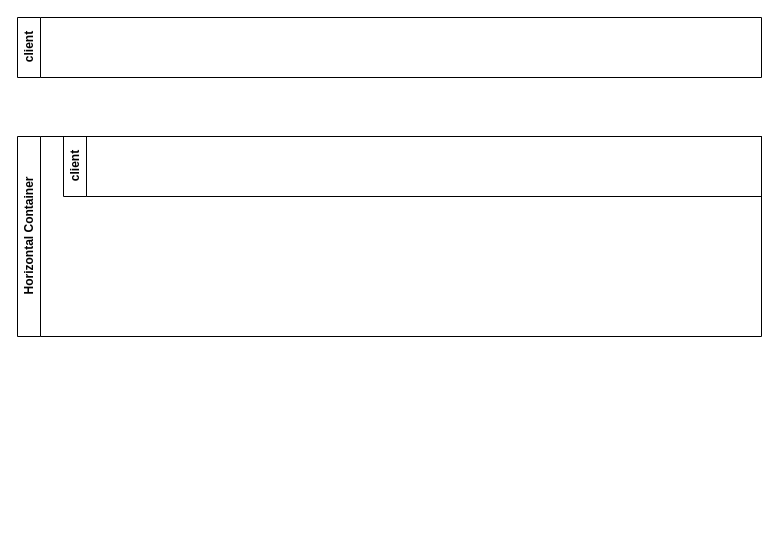
Earlier version of the draw.io diagram Untitled Diagram.drawio (jessekat01/Macro-Economics-US). Source tidied: cells renumbered, new cells numbered last; positions are measured from the earlier drawing's top-left corner, leaving out a move shared by most shapes. Both pictures are drawn from the tidied source at 100%, with x=0, y=0 at pixel (17, 17).
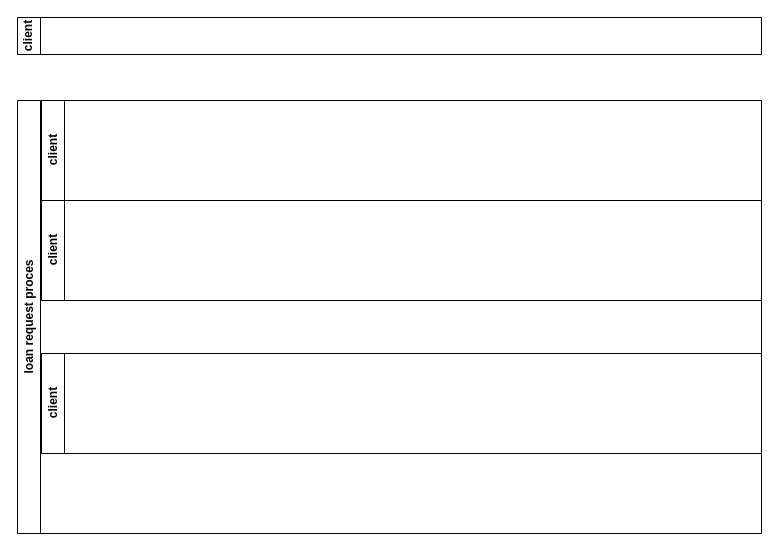
The same page after the edit.

What changed in the source:
```diff
@@
 <mxGraphModel>
   <root>
     <mxCell id="0" />
     <mxCell id="1" parent="0" />
     <mxCell id="2" value="client" style="swimlane;horizontal=0;whiteSpace=wrap;html=1;" parent="1" vertex="1" collapsed="1">
-      <mxGeometry width="744" height="60" as="geometry" />
+      <mxGeometry width="744" height="37" as="geometry" />
     </mxCell>
     <mxCell id="3" value="client" style="swimlane;horizontal=0;whiteSpace=wrap;html=1;" parent="1" vertex="1" collapsed="1">
-      <mxGeometry x="46" y="119" width="698" height="60" as="geometry" />
+      <mxGeometry x="24" y="83" width="720" height="100" as="geometry" />
     </mxCell>
-    <mxCell id="4" value="Horizontal Container" style="swimlane;horizontal=0;whiteSpace=wrap;html=1;" parent="1" vertex="1">
-      <mxGeometry y="119" width="744" height="200" as="geometry" />
+    <mxCell id="4" value="loan request proces" style="swimlane;horizontal=0;whiteSpace=wrap;html=1;strokeColor=default;" parent="1" vertex="1">
+      <mxGeometry y="83" width="744" height="433" as="geometry" />
     </mxCell>
+    <mxCell id="5" value="client" style="swimlane;horizontal=0;whiteSpace=wrap;html=1;" parent="4" vertex="1" collapsed="1">
+      <mxGeometry x="24" y="100" width="720" height="100" as="geometry" />
+    </mxCell>
+    <mxCell id="6" value="client" style="swimlane;horizontal=0;whiteSpace=wrap;html=1;" parent="4" vertex="1" collapsed="1">
+      <mxGeometry x="24" y="253" width="720" height="100" as="geometry" />
+    </mxCell>
   </root>
 </mxGraphModel>
```
